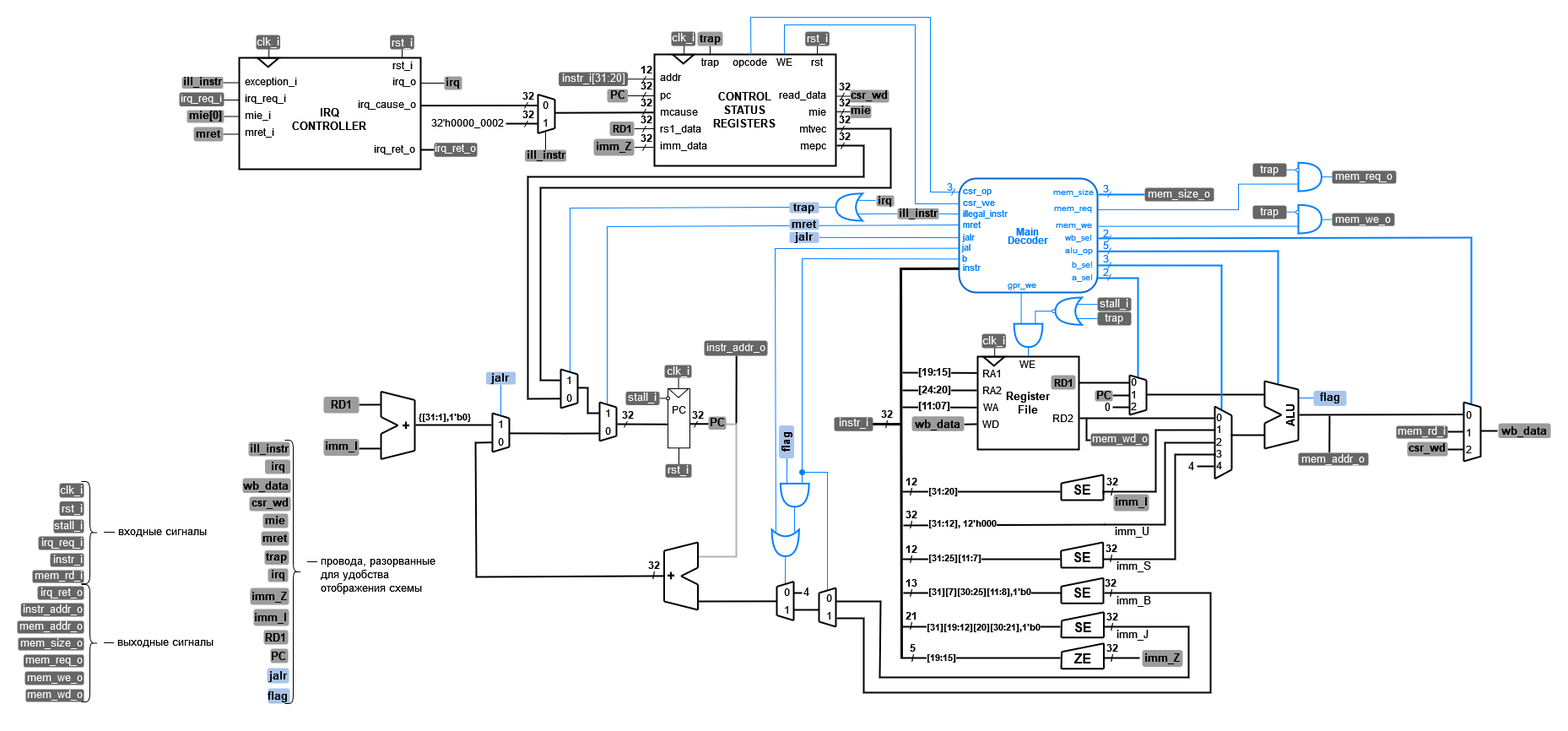
Above: .pic/Labs/lab_11_irq_integration/fig_01.drawio.png in MPSU/APS (draw.io), before the change. Source tidied: cells renumbered, new cells last; positions are measured from the earlier drawing's top-left corner, leaving out a move shared by most shapes.
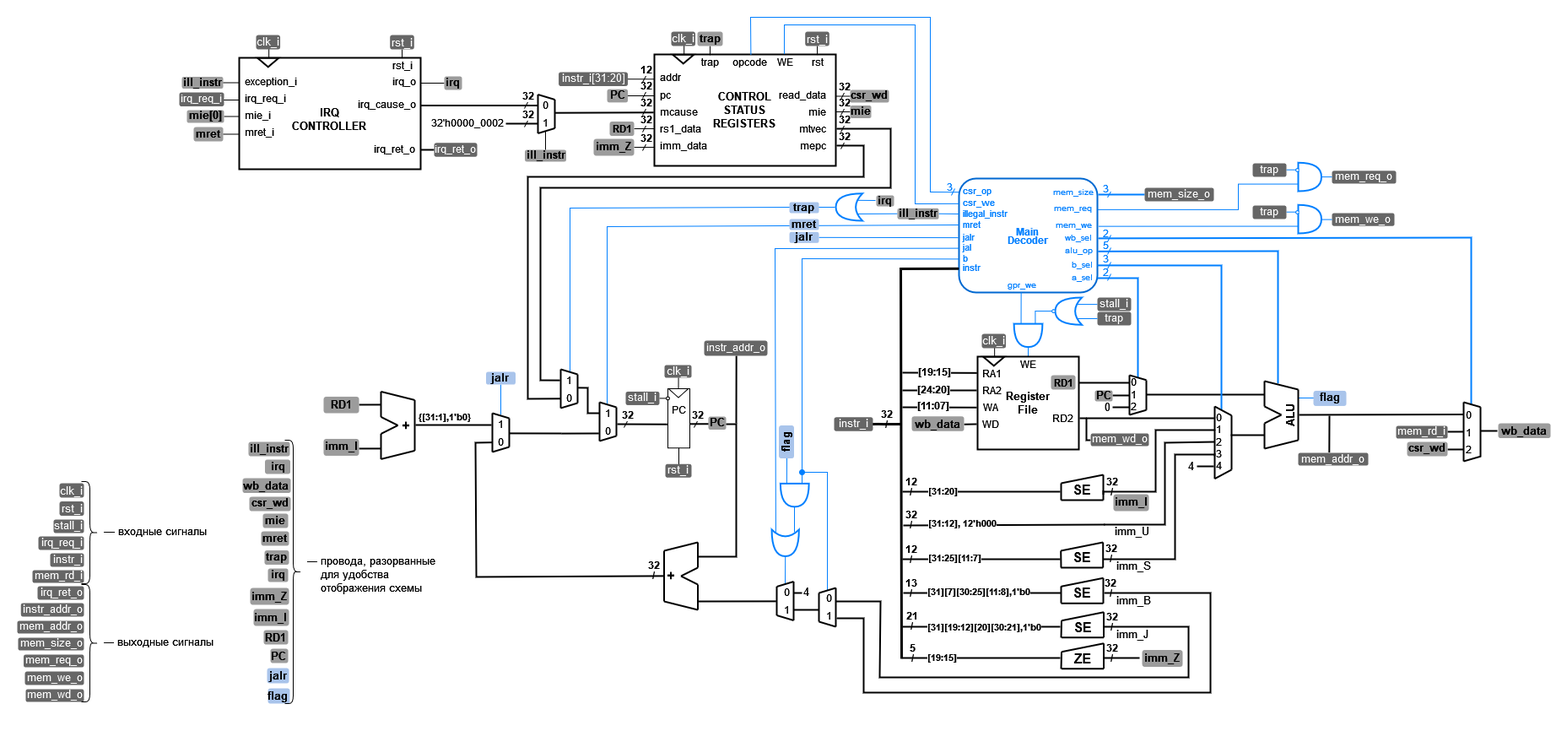
Later version of the same file.

Commit message:
ЛР11. Обновление микроархитектуры ядра

What changed in the source:
```diff
@@ -407,7 +407,7 @@
     <mxCell id="83" value="&lt;p style=&quot;line-height: 130%;&quot;&gt;&lt;font style=&quot;font-size: 13px;&quot; color=&quot;#ffffff&quot;&gt;rst_i&lt;/font&gt;&lt;/p&gt;" style="text;html=1;strokeColor=none;fillColor=#666666;align=center;verticalAlign=middle;whiteSpace=wrap;rounded=1;fontSize=9;fontColor=#000000;comic=0;jiggle=0.5;strokeOpacity=100;fillOpacity=100;" parent="1" vertex="1">
       <mxGeometry x="768" y="529.2" width="31" height="16" as="geometry" />
     </mxCell>
-    <mxCell id="84" style="endArrow=none;html=1;rounded=0;comic=0;strokeColor=#000000;fontSize=16;fontColor=#000000;startSize=6;endSize=6;jiggle=0.5;strokeWidth=2;entryX=0.986;entryY=0.582;entryDx=0;entryDy=0;entryPerimeter=0;strokeOpacity=100;fillOpacity=100;opacity=30;" parent="1" edge="1" target="238">
+    <mxCell id="84" style="endArrow=none;html=1;rounded=0;comic=0;strokeColor=#000000;fontSize=16;fontColor=#000000;startSize=6;endSize=6;jiggle=0.5;strokeWidth=2;entryX=0.986;entryY=0.582;entryDx=0;entryDy=0;entryPerimeter=0;strokeOpacity=100;fillOpacity=100;" parent="1" edge="1" target="238">
       <mxGeometry relative="1" as="geometry">
         <mxPoint x="807" y="639" as="sourcePoint" />
         <Array as="points">
```
